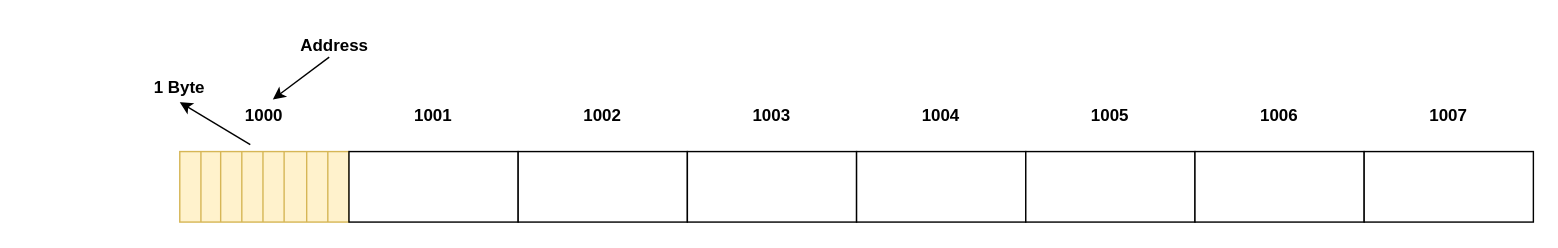
Earlier version of the draw.io diagram docs/data-structures/diagrams/ram.drawio (mmacneil/dsa-training-camp). Source tidied: cells renumbered, new cells numbered last; positions are measured from the earlier drawing's top-left corner, leaving out a move shared by most shapes. Both pictures are drawn from the tidied source at 141%, with x=0, y=0 at pixel (137, 24).
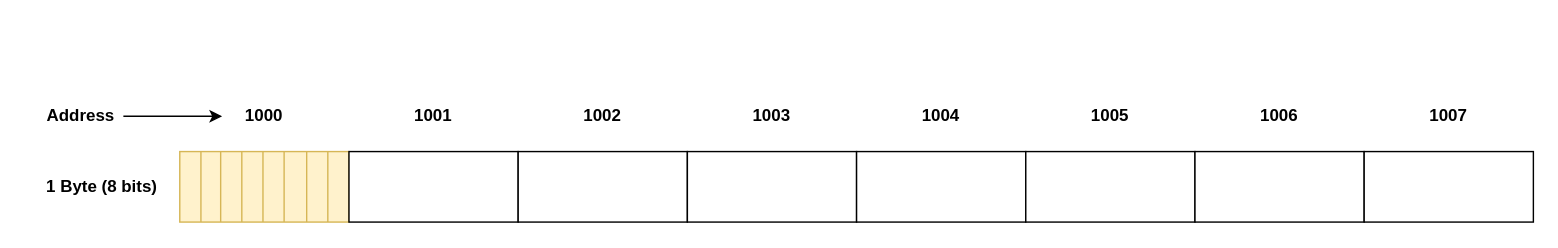
After the change.

The change refers to these unchanged cells:
```xml
<mxCell id="10" value="1000" style="text;html=1;strokeColor=none;fillColor=none;align=center;verticalAlign=middle;whiteSpace=wrap;rounded=0;fontStyle=1;" parent="1" vertex="1">
  <mxGeometry x="60" y="50" width="60" height="30" as="geometry" />
</mxCell>
```

Diff of the diagram source:
```diff
@@
-    <mxCell id="18" style="endArrow=classic;html=1;rounded=0;" parent="1" edge="1">
-      <mxGeometry relative="1" as="geometry">
-        <mxPoint x="80" y="85" as="sourcePoint" />
-        <mxPoint x="30" y="55" as="targetPoint" />
-      </mxGeometry>
-    </mxCell>
-    <mxCell id="19" value="1 Byte" style="text;html=1;strokeColor=none;fillColor=none;align=center;verticalAlign=middle;whiteSpace=wrap;rounded=0;fontStyle=1;" parent="1" vertex="1">
-      <mxGeometry y="30" width="60" height="30" as="geometry" />
+    <mxCell id="19" value="1 Byte (8 bits)" style="text;html=1;strokeColor=none;fillColor=none;align=center;verticalAlign=middle;whiteSpace=wrap;rounded=0;fontStyle=1;" parent="1" vertex="1">
+      <mxGeometry x="-80" y="100" width="110" height="30" as="geometry" />
     </mxCell>
-    <mxCell id="20" style="endArrow=classic;html=1;rounded=0;" parent="1" edge="1">
-      <mxGeometry relative="1" as="geometry">
-        <mxPoint x="136" y="23" as="sourcePoint" />
-        <mxPoint x="96" y="53" as="targetPoint" />
-      </mxGeometry>
-    </mxCell>
+    <mxCell id="29" style="edgeStyle=orthogonalEdgeStyle;rounded=0;jettySize=auto;html=1;strokeColor=#000000;" parent="1" edge="1" source="21" target="10">
+      <mxGeometry relative="1" as="geometry" />
+    </mxCell>
     <mxCell id="21" value="Address" style="text;html=1;strokeColor=none;fillColor=none;align=center;verticalAlign=middle;whiteSpace=wrap;rounded=0;fontStyle=1;" parent="1" vertex="1">
-      <mxGeometry x="110" width="60" height="30" as="geometry" />
+      <mxGeometry x="-70" y="50" width="60" height="30" as="geometry" />
     </mxCell>
```
